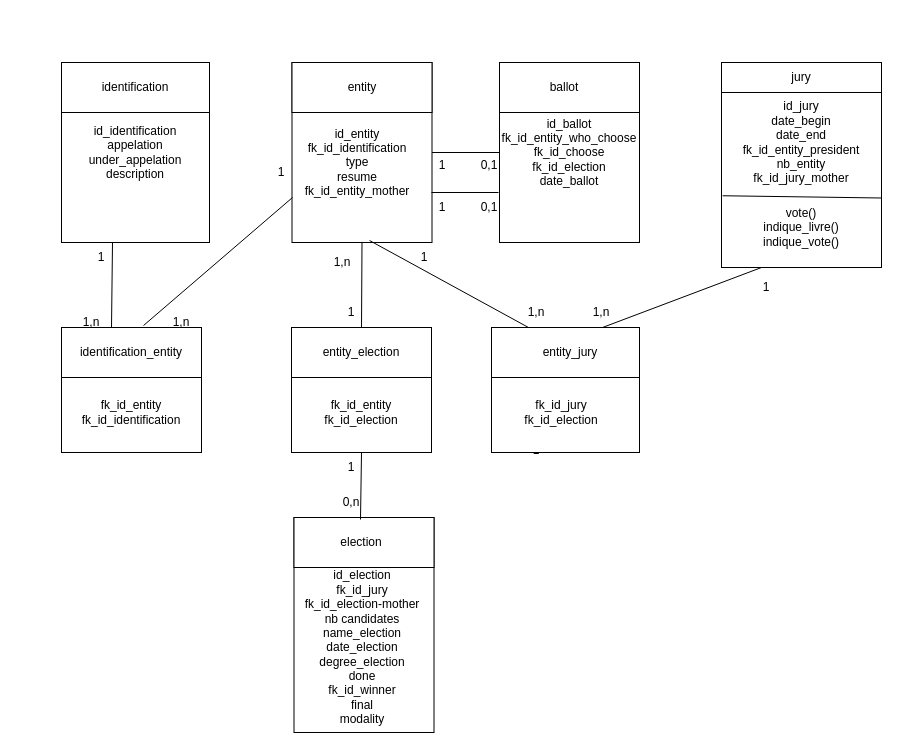
Before: Diagramme_des_classes/Diagramme_des_classes.drawio in phpfms/Eval_Goncourt, a draw.io diagram. Source tidied: cells renumbered, new cells numbered last; positions are measured from the earlier drawing's top-left corner, leaving out a move shared by most shapes. Both pictures are drawn from the tidied source at 100%, with x=0, y=0 at pixel (61, 62).
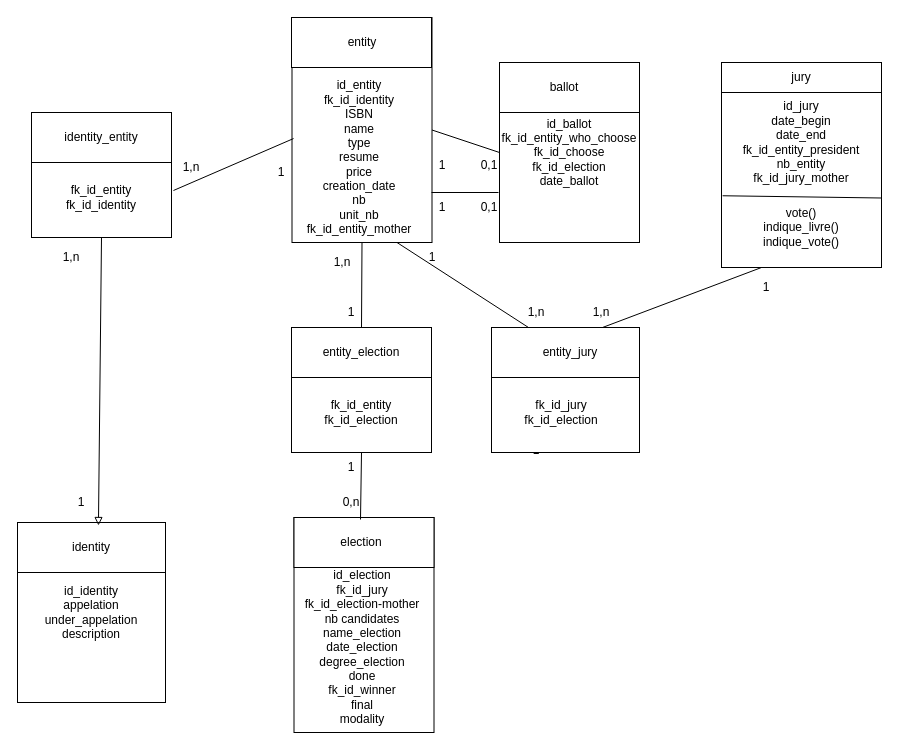
The same page after the edit.

The change refers to these unchanged cells:
```xml
<mxCell id="23" style="rounded=0;whiteSpace=wrap;html=1;" parent="1" vertex="1">
  <mxGeometry x="430" y="265" width="148" height="50" as="geometry" />
</mxCell>
```

The edit, as a diff of the source:
```diff
@@
     <mxCell id="6" style="rounded=0;whiteSpace=wrap;html=1;" parent="1" vertex="1">
-      <mxGeometry x="230.5" width="140" height="180" as="geometry" />
+      <mxGeometry x="230.5" y="-45" width="140" height="225" as="geometry" />
     </mxCell>
@@
     <mxCell id="8" style="rounded=0;whiteSpace=wrap;html=1;" parent="1" vertex="1">
-      <mxGeometry x="230.5" width="140" height="50" as="geometry" />
+      <mxGeometry x="230" y="-45" width="140" height="50" as="geometry" />
     </mxCell>
@@
     <mxCell id="10" value="entity" style="text;html=1;whiteSpace=wrap;strokeColor=none;fillColor=none;align=center;verticalAlign=middle;rounded=0;" parent="1" vertex="1">
-      <mxGeometry x="275.5" y="10" width="50" height="30" as="geometry" />
+      <mxGeometry x="275.5" y="-35" width="50" height="30" as="geometry" />
     </mxCell>
@@
-    <mxCell id="12" value="id_entity&lt;div&gt;fk_id_identification&lt;/div&gt;&lt;div&gt;type&lt;/div&gt;&lt;div&gt;resume&lt;/div&gt;&lt;div&gt;fk_id_entity_mother&lt;/div&gt;" style="text;html=1;whiteSpace=wrap;strokeColor=none;fillColor=none;align=center;verticalAlign=middle;rounded=0;" parent="1" vertex="1">
-      <mxGeometry x="230.5" y="55" width="130" height="90" as="geometry" />
+    <mxCell id="12" value="id_entity&lt;div&gt;fk_id_identity&lt;/div&gt;&lt;div&gt;ISBN&lt;/div&gt;&lt;div&gt;name&lt;/div&gt;&lt;div&gt;type&lt;/div&gt;&lt;div&gt;resume&lt;/div&gt;&lt;div&gt;price&lt;/div&gt;&lt;div&gt;creation_date&lt;br&gt;nb&lt;br&gt;unit_nb&lt;/div&gt;&lt;div&gt;fk_id_entity_mother&lt;/div&gt;" style="text;html=1;whiteSpace=wrap;strokeColor=none;fillColor=none;align=center;verticalAlign=middle;rounded=0;" parent="1" vertex="1">
+      <mxGeometry x="232.5" y="10" width="130" height="170" as="geometry" />
     </mxCell>
@@
-    <mxCell id="41" style="endArrow=none;html=1;rounded=0;entryX=0.554;entryY=0.989;entryDx=0;entryDy=0;exitX=0.25;exitY=0;exitDx=0;exitDy=0;entryPerimeter=0;" parent="1" edge="1" source="23" target="6">
+    <mxCell id="41" style="endArrow=none;html=1;rounded=0;entryX=0.75;entryY=1;entryDx=0;entryDy=0;exitX=0.25;exitY=0;exitDx=0;exitDy=0;" parent="1" edge="1" source="23" target="6">
       <mxGeometry relative="1" as="geometry" />
     </mxCell>
@@
     <mxCell id="43" value="1" style="text;html=1;whiteSpace=wrap;strokeColor=none;fillColor=none;align=center;verticalAlign=middle;rounded=0;" parent="1" vertex="1">
-      <mxGeometry x="352.5" y="180" width="20" height="30" as="geometry" />
+      <mxGeometry x="360.5" y="180" width="20" height="30" as="geometry" />
     </mxCell>
@@
-    <mxCell id="46" value="id_identification&lt;div&gt;appelation&lt;/div&gt;&lt;div&gt;under_appelation&lt;/div&gt;&lt;div&gt;description&lt;/div&gt;" style="rounded=0;whiteSpace=wrap;html=1;" parent="1" vertex="1">
-      <mxGeometry width="148" height="180" as="geometry" />
+    <mxCell id="46" value="id_identity&lt;div&gt;appelation&lt;/div&gt;&lt;div&gt;under_appelation&lt;/div&gt;&lt;div&gt;description&lt;/div&gt;" style="rounded=0;whiteSpace=wrap;html=1;" parent="1" vertex="1">
+      <mxGeometry x="-44" y="460" width="148" height="180" as="geometry" />
     </mxCell>
-    <mxCell id="47" value="identification" style="rounded=0;whiteSpace=wrap;html=1;" parent="1" vertex="1">
-      <mxGeometry width="148" height="50" as="geometry" />
+    <mxCell id="47" value="identity" style="rounded=0;whiteSpace=wrap;html=1;" parent="1" vertex="1">
+      <mxGeometry x="-44" y="460" width="148" height="50" as="geometry" />
     </mxCell>
     <mxCell id="48" value="1" style="text;html=1;whiteSpace=wrap;strokeColor=none;fillColor=none;align=center;verticalAlign=middle;rounded=0;" parent="1" vertex="1">
-      <mxGeometry x="30" y="180" width="20" height="30" as="geometry" />
+      <mxGeometry x="10" y="425" width="20" height="30" as="geometry" />
     </mxCell>
@@
     <mxCell id="50" style="rounded=0;whiteSpace=wrap;html=1;" parent="1" vertex="1">
-      <mxGeometry y="265" width="140" height="125" as="geometry" />
+      <mxGeometry x="-30" y="50" width="140" height="125" as="geometry" />
     </mxCell>
     <mxCell id="51" style="rounded=0;whiteSpace=wrap;html=1;" parent="1" vertex="1">
-      <mxGeometry y="265" width="140" height="50" as="geometry" />
+      <mxGeometry x="-30" y="50" width="140" height="50" as="geometry" />
     </mxCell>
-    <mxCell id="52" value="identification_entity" style="text;html=1;whiteSpace=wrap;strokeColor=none;fillColor=none;align=center;verticalAlign=middle;rounded=0;" parent="1" vertex="1">
-      <mxGeometry x="5" y="275" width="130" height="30" as="geometry" />
+    <mxCell id="52" value="identity_entity" style="text;html=1;whiteSpace=wrap;strokeColor=none;fillColor=none;align=center;verticalAlign=middle;rounded=0;" parent="1" vertex="1">
+      <mxGeometry x="-10" y="60" width="100" height="30" as="geometry" />
     </mxCell>
-    <mxCell id="53" value="&lt;div&gt;&lt;span style=&quot;background-color: transparent; color: light-dark(rgb(0, 0, 0), rgb(255, 255, 255));&quot;&gt;fk_id_entity&lt;/span&gt;&lt;/div&gt;&lt;div&gt;fk_id_identification&lt;span style=&quot;background-color: transparent; color: light-dark(rgb(0, 0, 0), rgb(255, 255, 255));&quot;&gt;&lt;/span&gt;&lt;/div&gt;" style="text;html=1;whiteSpace=wrap;strokeColor=none;fillColor=none;align=center;verticalAlign=middle;rounded=0;" parent="1" vertex="1">
-      <mxGeometry x="10" y="330" width="120" height="40" as="geometry" />
+    <mxCell id="53" value="&lt;div&gt;&lt;span style=&quot;background-color: transparent; color: light-dark(rgb(0, 0, 0), rgb(255, 255, 255));&quot;&gt;fk_id_entity&lt;/span&gt;&lt;/div&gt;&lt;div&gt;fk_id_identity&lt;span style=&quot;background-color: transparent; color: light-dark(rgb(0, 0, 0), rgb(255, 255, 255));&quot;&gt;&lt;/span&gt;&lt;/div&gt;" style="text;html=1;whiteSpace=wrap;strokeColor=none;fillColor=none;align=center;verticalAlign=middle;rounded=0;" parent="1" vertex="1">
+      <mxGeometry x="-5" y="115" width="90" height="40" as="geometry" />
     </mxCell>
-    <mxCell id="54" style="endArrow=none;html=1;rounded=0;entryX=0.5;entryY=1;entryDx=0;entryDy=0;exitX=0.5;exitY=0;exitDx=0;exitDy=0;" parent="1" edge="1">
-      <mxGeometry relative="1" as="geometry">
-        <mxPoint x="50" y="265" as="sourcePoint" />
-        <mxPoint x="51" y="180" as="targetPoint" />
-      </mxGeometry>
+    <mxCell id="54" style="endArrow=block;html=1;rounded=0;entryX=0.547;entryY=0.06;entryDx=0;entryDy=0;exitX=0.5;exitY=1;exitDx=0;exitDy=0;entryPerimeter=0;endFill=0;" parent="1" edge="1" source="50" target="47">
+      <mxGeometry relative="1" as="geometry" />
     </mxCell>
-    <mxCell id="55" style="endArrow=none;html=1;rounded=0;entryX=0.586;entryY=-0.04;entryDx=0;entryDy=0;exitX=0.004;exitY=0.889;exitDx=0;exitDy=0;entryPerimeter=0;exitPerimeter=0;" parent="1" edge="1" source="12" target="51">
+    <mxCell id="55" style="endArrow=none;html=1;rounded=0;exitX=0.011;exitY=0.538;exitDx=0;exitDy=0;entryX=1.014;entryY=0.624;entryDx=0;entryDy=0;entryPerimeter=0;exitPerimeter=0;" parent="1" edge="1" source="6" target="50">
       <mxGeometry relative="1" as="geometry" />
     </mxCell>
     <mxCell id="56" value="1,n" style="text;html=1;whiteSpace=wrap;strokeColor=none;fillColor=none;align=center;verticalAlign=middle;rounded=0;" parent="1" vertex="1">
-      <mxGeometry x="20" y="245" width="20" height="30" as="geometry" />
+      <mxGeometry y="180" width="20" height="30" as="geometry" />
     </mxCell>
     <mxCell id="57" value="1,n" style="text;html=1;whiteSpace=wrap;strokeColor=none;fillColor=none;align=center;verticalAlign=middle;rounded=0;" parent="1" vertex="1">
-      <mxGeometry x="110" y="245" width="20" height="30" as="geometry" />
+      <mxGeometry x="120" y="90" width="20" height="30" as="geometry" />
     </mxCell>
```
